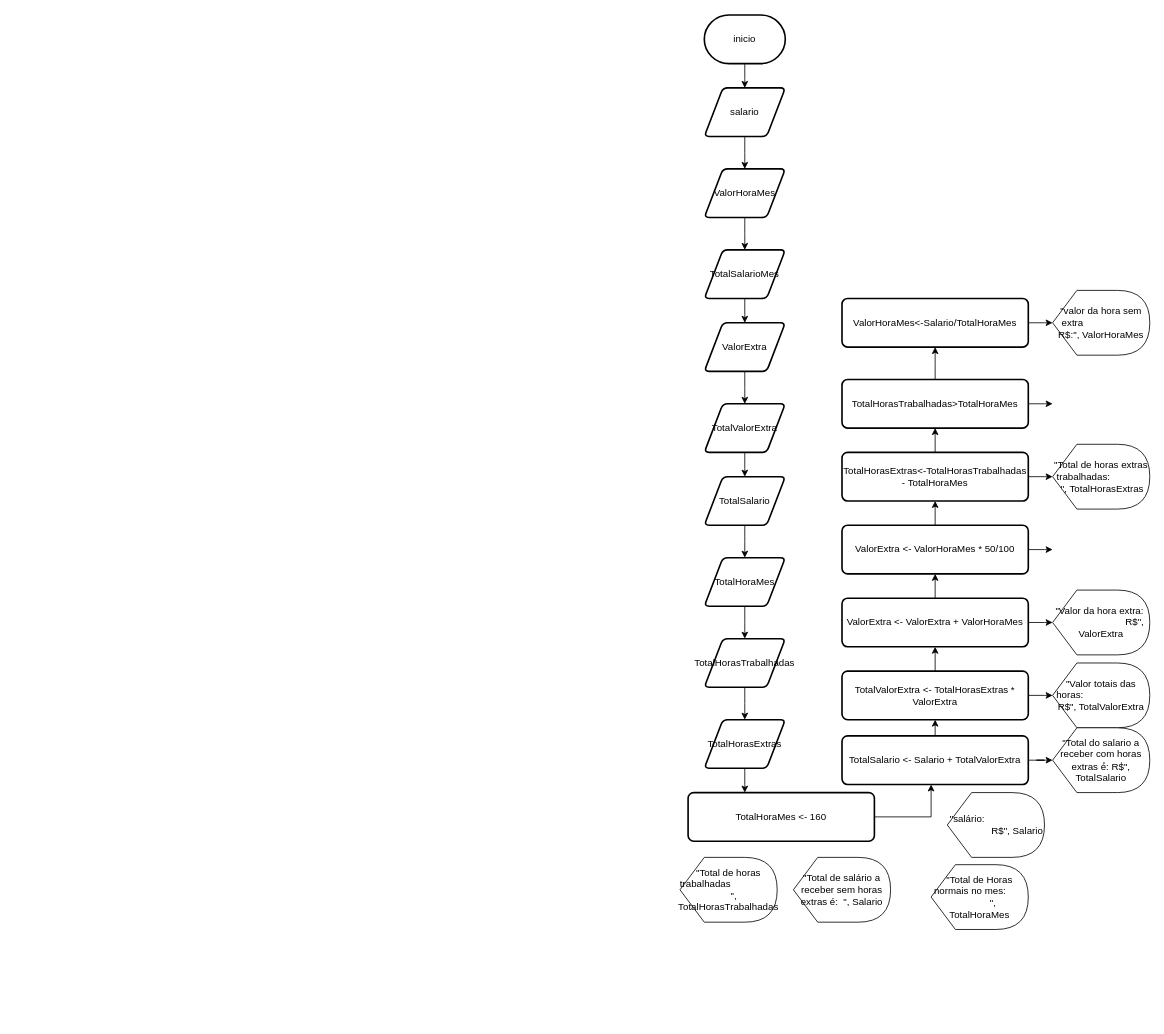
Before: 2ATVquestão8.drawio in MarcosWPinheiroM/php, a draw.io diagram. Source tidied: cells renumbered, new cells numbered last; positions are measured from the earlier drawing's top-left corner, leaving out a move shared by most shapes. Both pictures are drawn from the tidied source at 81%, with x=0, y=0 at pixel (680, 15).
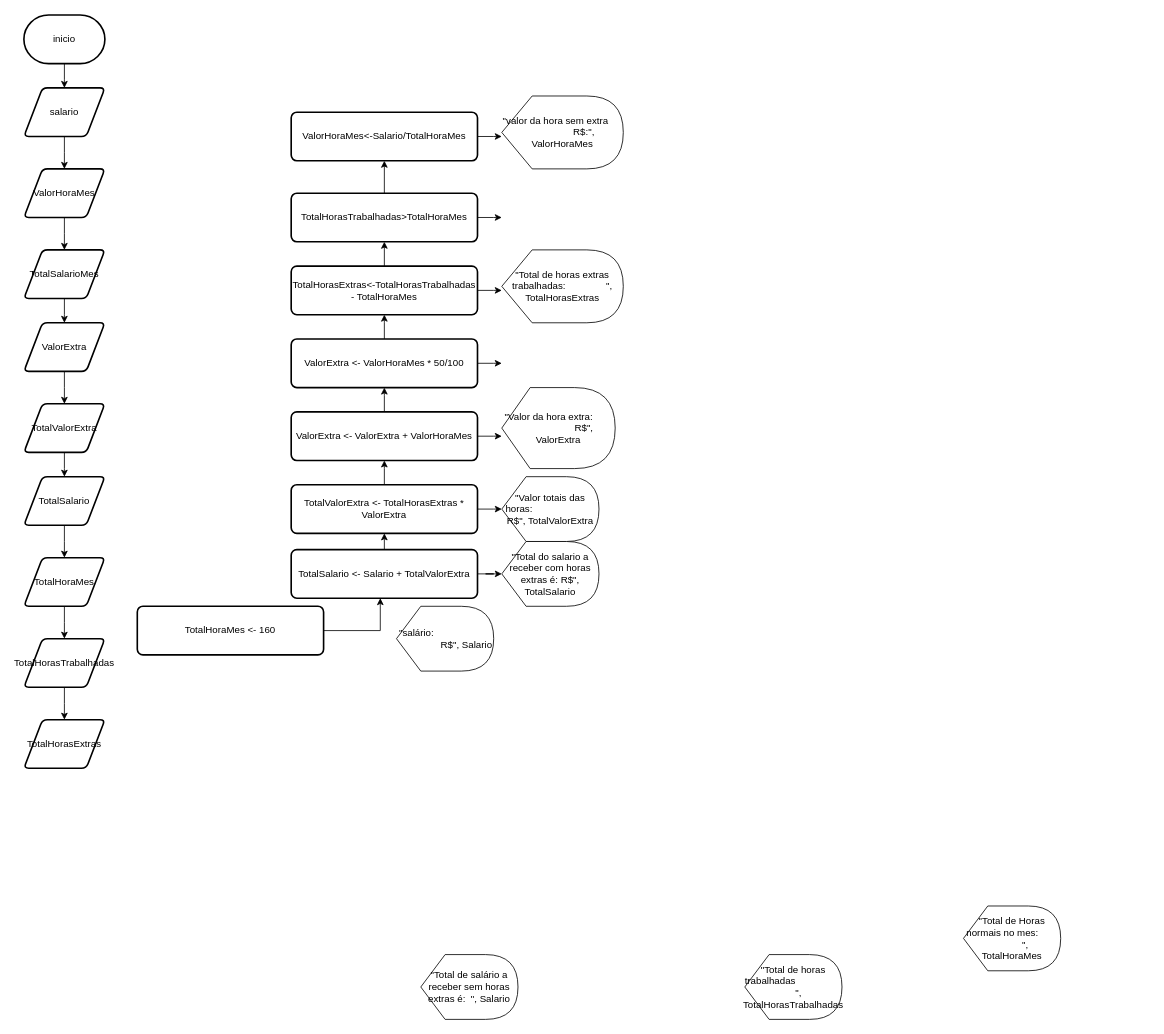
Above is the later version.

Change to the diagram source:
```diff
@@
     <mxCell id="2" style="edgeStyle=orthogonalEdgeStyle;rounded=0;jettySize=auto;html=1;" parent="1" edge="1" source="3">
       <mxGeometry relative="1" as="geometry">
-        <mxPoint x="80" y="90" as="targetPoint" />
+        <mxPoint x="-760" y="90" as="targetPoint" />
       </mxGeometry>
     </mxCell>
     <mxCell id="3" value="inicio" style="strokeWidth=2;html=1;shape=mxgraph.flowchart.terminator;whiteSpace=wrap;" parent="1" vertex="1">
-      <mxGeometry x="30" width="100" height="60" as="geometry" />
+      <mxGeometry x="-810" width="100" height="60" as="geometry" />
     </mxCell>
     <mxCell id="4" style="edgeStyle=orthogonalEdgeStyle;rounded=0;jettySize=auto;html=1;" parent="1" edge="1" source="5">
       <mxGeometry relative="1" as="geometry">
-        <mxPoint x="80" y="190" as="targetPoint" />
+        <mxPoint x="-760" y="190" as="targetPoint" />
       </mxGeometry>
     </mxCell>
     <mxCell id="5" value="salario" style="shape=parallelogram;html=1;strokeWidth=2;perimeter=parallelogramPerimeter;whiteSpace=wrap;rounded=1;arcSize=12;size=0.23;" parent="1" vertex="1">
-      <mxGeometry x="30" y="90" width="100" height="60" as="geometry" />
+      <mxGeometry x="-810" y="90" width="100" height="60" as="geometry" />
     </mxCell>
     <mxCell id="6" style="edgeStyle=orthogonalEdgeStyle;rounded=0;jettySize=auto;html=1;" parent="1" edge="1" source="7">
       <mxGeometry relative="1" as="geometry">
-        <mxPoint x="80" y="290" as="targetPoint" />
+        <mxPoint x="-760" y="290" as="targetPoint" />
       </mxGeometry>
     </mxCell>
     <mxCell id="7" value="ValorHoraMes" style="shape=parallelogram;html=1;strokeWidth=2;perimeter=parallelogramPerimeter;whiteSpace=wrap;rounded=1;arcSize=12;size=0.23;" parent="1" vertex="1">
-      <mxGeometry x="30" y="190" width="100" height="60" as="geometry" />
+      <mxGeometry x="-810" y="190" width="100" height="60" as="geometry" />
     </mxCell>
     <mxCell id="8" style="edgeStyle=orthogonalEdgeStyle;rounded=0;jettySize=auto;html=1;" parent="1" edge="1" source="9">
       <mxGeometry relative="1" as="geometry">
-        <mxPoint x="80" y="770" as="targetPoint" />
+        <mxPoint x="-760" y="770" as="targetPoint" />
       </mxGeometry>
     </mxCell>
     <mxCell id="9" value="TotalHoraMes" style="shape=parallelogram;html=1;strokeWidth=2;perimeter=parallelogramPerimeter;whiteSpace=wrap;rounded=1;arcSize=12;size=0.23;" parent="1" vertex="1">
-      <mxGeometry x="30" y="670" width="100" height="60" as="geometry" />
+      <mxGeometry x="-810" y="670" width="100" height="60" as="geometry" />
     </mxCell>
     <mxCell id="10" style="edgeStyle=orthogonalEdgeStyle;rounded=0;jettySize=auto;html=1;" parent="1" edge="1" source="11">
       <mxGeometry relative="1" as="geometry">
-        <mxPoint x="80" y="670" as="targetPoint" />
+        <mxPoint x="-760" y="670" as="targetPoint" />
       </mxGeometry>
     </mxCell>
     <mxCell id="11" value="TotalSalario" style="shape=parallelogram;html=1;strokeWidth=2;perimeter=parallelogramPerimeter;whiteSpace=wrap;rounded=1;arcSize=12;size=0.23;" parent="1" vertex="1">
-      <mxGeometry x="30" y="570" width="100" height="60" as="geometry" />
+      <mxGeometry x="-810" y="570" width="100" height="60" as="geometry" />
     </mxCell>
     <mxCell id="12" style="edgeStyle=orthogonalEdgeStyle;rounded=0;jettySize=auto;html=1;" parent="1" edge="1" source="13">
       <mxGeometry relative="1" as="geometry">
-        <mxPoint x="80" y="570" as="targetPoint" />
+        <mxPoint x="-760" y="570" as="targetPoint" />
       </mxGeometry>
     </mxCell>
     <mxCell id="13" value="TotalValorExtra" style="shape=parallelogram;html=1;strokeWidth=2;perimeter=parallelogramPerimeter;whiteSpace=wrap;rounded=1;arcSize=12;size=0.23;" parent="1" vertex="1">
-      <mxGeometry x="30" y="480" width="100" height="60" as="geometry" />
+      <mxGeometry x="-810" y="480" width="100" height="60" as="geometry" />
     </mxCell>
     <mxCell id="14" style="edgeStyle=orthogonalEdgeStyle;rounded=0;jettySize=auto;html=1;" parent="1" edge="1" source="15">
       <mxGeometry relative="1" as="geometry">
-        <mxPoint x="80" y="480" as="targetPoint" />
+        <mxPoint x="-760" y="480" as="targetPoint" />
       </mxGeometry>
     </mxCell>
     <mxCell id="15" value="ValorExtra" style="shape=parallelogram;html=1;strokeWidth=2;perimeter=parallelogramPerimeter;whiteSpace=wrap;rounded=1;arcSize=12;size=0.23;" parent="1" vertex="1">
-      <mxGeometry x="30" y="380" width="100" height="60" as="geometry" />
+      <mxGeometry x="-810" y="380" width="100" height="60" as="geometry" />
     </mxCell>
     <mxCell id="16" style="edgeStyle=orthogonalEdgeStyle;rounded=0;jettySize=auto;html=1;" parent="1" edge="1" source="17">
       <mxGeometry relative="1" as="geometry">
-        <mxPoint x="80" y="380" as="targetPoint" />
+        <mxPoint x="-760" y="380" as="targetPoint" />
       </mxGeometry>
     </mxCell>
     <mxCell id="17" value="TotalSalarioMes" style="shape=parallelogram;html=1;strokeWidth=2;perimeter=parallelogramPerimeter;whiteSpace=wrap;rounded=1;arcSize=12;size=0.23;" parent="1" vertex="1">
-      <mxGeometry x="30" y="290" width="100" height="60" as="geometry" />
+      <mxGeometry x="-810" y="290" width="100" height="60" as="geometry" />
     </mxCell>
     <mxCell id="18" style="edgeStyle=orthogonalEdgeStyle;rounded=0;jettySize=auto;html=1;" parent="1" edge="1" source="19">
       <mxGeometry relative="1" as="geometry">
-        <mxPoint x="80" y="870" as="targetPoint" />
+        <mxPoint x="-760" y="870" as="targetPoint" />
       </mxGeometry>
     </mxCell>
     <mxCell id="19" value="TotalHorasTrabalhadas" style="shape=parallelogram;html=1;strokeWidth=2;perimeter=parallelogramPerimeter;whiteSpace=wrap;rounded=1;arcSize=12;size=0.23;" parent="1" vertex="1">
-      <mxGeometry x="30" y="770" width="100" height="60" as="geometry" />
+      <mxGeometry x="-810" y="770" width="100" height="60" as="geometry" />
     </mxCell>
-    <mxCell id="20" style="edgeStyle=orthogonalEdgeStyle;rounded=0;jettySize=auto;html=1;" parent="1" edge="1" source="21">
-      <mxGeometry relative="1" as="geometry">
-        <mxPoint x="80" y="960" as="targetPoint" />
-      </mxGeometry>
-    </mxCell>
     <mxCell id="21" value="TotalHorasExtras" style="shape=parallelogram;html=1;strokeWidth=2;perimeter=parallelogramPerimeter;whiteSpace=wrap;rounded=1;arcSize=12;size=0.23;" parent="1" vertex="1">
-      <mxGeometry x="30" y="870" width="100" height="60" as="geometry" />
+      <mxGeometry x="-810" y="870" width="100" height="60" as="geometry" />
     </mxCell>
     <mxCell id="22" style="edgeStyle=orthogonalEdgeStyle;rounded=0;jettySize=auto;html=1;" parent="1" edge="1" source="23">
       <mxGeometry relative="1" as="geometry">
-        <mxPoint x="460" y="380" as="targetPoint" />
+        <mxPoint x="-220" y="150" as="targetPoint" />
       </mxGeometry>
     </mxCell>
     <mxCell id="23" value="ValorHoraMes&amp;lt;-Salario/TotalHoraMes" style="rounded=1;whiteSpace=wrap;html=1;absoluteArcSize=1;arcSize=14;strokeWidth=2;" parent="1" vertex="1">
-      <mxGeometry x="200" y="350" width="230" height="60" as="geometry" />
+      <mxGeometry x="-480" y="120" width="230" height="60" as="geometry" />
     </mxCell>
     <mxCell id="24" style="edgeStyle=orthogonalEdgeStyle;rounded=0;jettySize=auto;html=1;" parent="1" edge="1" source="26">
       <mxGeometry relative="1" as="geometry">
-        <mxPoint x="315" y="410" as="targetPoint" />
+        <mxPoint x="-365" y="180" as="targetPoint" />
       </mxGeometry>
     </mxCell>
     <mxCell id="25" style="edgeStyle=orthogonalEdgeStyle;rounded=0;jettySize=auto;html=1;" parent="1" edge="1" source="26">
       <mxGeometry relative="1" as="geometry">
-        <mxPoint x="460" y="480" as="targetPoint" />
+        <mxPoint x="-220" y="250" as="targetPoint" />
       </mxGeometry>
     </mxCell>
     <mxCell id="26" value="TotalHorasTrabalhadas&amp;gt;TotalHoraMes" style="rounded=1;whiteSpace=wrap;html=1;absoluteArcSize=1;arcSize=14;strokeWidth=2;" parent="1" vertex="1">
-      <mxGeometry x="200" y="450" width="230" height="60" as="geometry" />
+      <mxGeometry x="-480" y="220" width="230" height="60" as="geometry" />
     </mxCell>
     <mxCell id="27" style="edgeStyle=orthogonalEdgeStyle;rounded=0;jettySize=auto;html=1;" parent="1" edge="1" source="29">
       <mxGeometry relative="1" as="geometry">
-        <mxPoint x="315" y="510" as="targetPoint" />
+        <mxPoint x="-365" y="280" as="targetPoint" />
       </mxGeometry>
     </mxCell>
     <mxCell id="28" style="edgeStyle=orthogonalEdgeStyle;rounded=0;jettySize=auto;html=1;" parent="1" edge="1" source="29">
       <mxGeometry relative="1" as="geometry">
-        <mxPoint x="460" y="570" as="targetPoint" />
+        <mxPoint x="-220" y="340" as="targetPoint" />
       </mxGeometry>
     </mxCell>
     <mxCell id="29" value="TotalHorasExtras&amp;lt;-TotalHorasTrabalhadas - TotalHoraMes" style="rounded=1;whiteSpace=wrap;html=1;absoluteArcSize=1;arcSize=14;strokeWidth=2;" parent="1" vertex="1">
-      <mxGeometry x="200" y="540" width="230" height="60" as="geometry" />
+      <mxGeometry x="-480" y="310" width="230" height="60" as="geometry" />
     </mxCell>
     <mxCell id="30" style="edgeStyle=orthogonalEdgeStyle;rounded=0;jettySize=auto;html=1;" parent="1" edge="1" source="32">
       <mxGeometry relative="1" as="geometry">
-        <mxPoint x="315" y="600" as="targetPoint" />
+        <mxPoint x="-365" y="370" as="targetPoint" />
       </mxGeometry>
     </mxCell>
     <mxCell id="31" style="edgeStyle=orthogonalEdgeStyle;rounded=0;jettySize=auto;html=1;" parent="1" edge="1" source="32">
       <mxGeometry relative="1" as="geometry">
-        <mxPoint x="460" y="660" as="targetPoint" />
+        <mxPoint x="-220" y="430" as="targetPoint" />
       </mxGeometry>
     </mxCell>
     <mxCell id="32" value="ValorExtra &amp;lt;- ValorHoraMes * 50/100" style="rounded=1;whiteSpace=wrap;html=1;absoluteArcSize=1;arcSize=14;strokeWidth=2;" parent="1" vertex="1">
-      <mxGeometry x="200" y="630" width="230" height="60" as="geometry" />
+      <mxGeometry x="-480" y="400" width="230" height="60" as="geometry" />
     </mxCell>
     <mxCell id="33" style="edgeStyle=orthogonalEdgeStyle;rounded=0;jettySize=auto;html=1;" parent="1" edge="1" source="35">
       <mxGeometry relative="1" as="geometry">
-        <mxPoint x="315" y="690" as="targetPoint" />
+        <mxPoint x="-365" y="460" as="targetPoint" />
       </mxGeometry>
     </mxCell>
     <mxCell id="34" style="edgeStyle=orthogonalEdgeStyle;rounded=0;jettySize=auto;html=1;" parent="1" edge="1" source="35">
       <mxGeometry relative="1" as="geometry">
-        <mxPoint x="460" y="750" as="targetPoint" />
+        <mxPoint x="-220" y="520" as="targetPoint" />
       </mxGeometry>
     </mxCell>
     <mxCell id="35" value="ValorExtra &amp;lt;- ValorExtra + ValorHoraMes" style="rounded=1;whiteSpace=wrap;html=1;absoluteArcSize=1;arcSize=14;strokeWidth=2;" parent="1" vertex="1">
-      <mxGeometry x="200" y="720" width="230" height="60" as="geometry" />
+      <mxGeometry x="-480" y="490" width="230" height="60" as="geometry" />
     </mxCell>
     <mxCell id="36" style="edgeStyle=orthogonalEdgeStyle;rounded=0;jettySize=auto;html=1;" parent="1" edge="1" source="38">
       <mxGeometry relative="1" as="geometry">
-        <mxPoint x="315" y="780" as="targetPoint" />
+        <mxPoint x="-365" y="550" as="targetPoint" />
       </mxGeometry>
     </mxCell>
     <mxCell id="37" style="edgeStyle=orthogonalEdgeStyle;rounded=0;jettySize=auto;html=1;" parent="1" edge="1" source="38">
       <mxGeometry relative="1" as="geometry">
-        <mxPoint x="460" y="840" as="targetPoint" />
+        <mxPoint x="-220" y="610" as="targetPoint" />
       </mxGeometry>
     </mxCell>
     <mxCell id="38" value="TotalValorExtra &amp;lt;- TotalHorasExtras * ValorExtra" style="rounded=1;whiteSpace=wrap;html=1;absoluteArcSize=1;arcSize=14;strokeWidth=2;" parent="1" vertex="1">
-      <mxGeometry x="200" y="810" width="230" height="60" as="geometry" />
+      <mxGeometry x="-480" y="580" width="230" height="60" as="geometry" />
     </mxCell>
     <mxCell id="39" style="edgeStyle=orthogonalEdgeStyle;rounded=0;jettySize=auto;html=1;" parent="1" edge="1" source="41">
       <mxGeometry relative="1" as="geometry">
-        <mxPoint x="315" y="870" as="targetPoint" />
+        <mxPoint x="-365" y="640" as="targetPoint" />
       </mxGeometry>
     </mxCell>
@@
     <mxCell id="41" value="TotalSalario &amp;lt;- Salario + TotalValorExtra" style="rounded=1;whiteSpace=wrap;html=1;absoluteArcSize=1;arcSize=14;strokeWidth=2;" parent="1" vertex="1">
-      <mxGeometry x="200" y="890" width="230" height="60" as="geometry" />
+      <mxGeometry x="-480" y="660" width="230" height="60" as="geometry" />
     </mxCell>
     <mxCell id="42" value="&quot;Total de horas trabalhadas&amp;nbsp; &amp;nbsp; &amp;nbsp; &amp;nbsp; &amp;nbsp; &amp;nbsp; &amp;nbsp; &amp;nbsp; &amp;nbsp; &amp;nbsp; &amp;nbsp; &quot;, TotalHorasTrabalhadas" style="shape=display;whiteSpace=wrap;html=1;" parent="1" vertex="1">
-      <mxGeometry y="1040" width="120" height="80" as="geometry" />
+      <mxGeometry x="80" y="1160" width="120" height="80" as="geometry" />
     </mxCell>
     <mxCell id="43" value="&quot;Total de Horas normais no mes:&amp;nbsp; &amp;nbsp; &amp;nbsp; &amp;nbsp; &amp;nbsp; &amp;nbsp; &amp;nbsp; &amp;nbsp; &amp;nbsp; &quot;, TotalHoraMes" style="shape=display;whiteSpace=wrap;html=1;" parent="1" vertex="1">
-      <mxGeometry x="310" y="1049" width="120" height="80" as="geometry" />
+      <mxGeometry x="350" y="1100" width="120" height="80" as="geometry" />
     </mxCell>
     <mxCell id="44" value="&quot;valor da hora sem extra&amp;nbsp; &amp;nbsp; &amp;nbsp; &amp;nbsp; &amp;nbsp; &amp;nbsp; &amp;nbsp; &amp;nbsp; &amp;nbsp; &amp;nbsp; &amp;nbsp; R$:&quot;, ValorHoraMes" style="shape=display;whiteSpace=wrap;html=1;" parent="1" vertex="1">
-      <mxGeometry x="460" y="340" width="120" height="80" as="geometry" />
+      <mxGeometry x="-220" y="100" width="150" height="90" as="geometry" />
     </mxCell>
     <mxCell id="45" value="&quot;Total de salário a receber sem horas extras é:&amp;nbsp; &quot;, Salario" style="shape=display;whiteSpace=wrap;html=1;" parent="1" vertex="1">
-      <mxGeometry x="140" y="1040" width="120" height="80" as="geometry" />
+      <mxGeometry x="-320" y="1160" width="120" height="80" as="geometry" />
     </mxCell>
     <mxCell id="46" value="&quot;Total de horas extras trabalhadas:&amp;nbsp; &amp;nbsp; &amp;nbsp; &amp;nbsp; &amp;nbsp; &amp;nbsp; &amp;nbsp; &amp;nbsp;&quot;, TotalHorasExtras" style="shape=display;whiteSpace=wrap;html=1;" parent="1" vertex="1">
-      <mxGeometry x="460" y="530" width="120" height="80" as="geometry" />
+      <mxGeometry x="-220" y="290" width="150" height="90" as="geometry" />
     </mxCell>
     <mxCell id="47" value="&quot;Valor da hora extra:&amp;nbsp; &amp;nbsp; &amp;nbsp; &amp;nbsp; &amp;nbsp; &amp;nbsp; &amp;nbsp; &amp;nbsp; &amp;nbsp; &amp;nbsp; &amp;nbsp; &amp;nbsp; &amp;nbsp; &amp;nbsp;R$&quot;, ValorExtra" style="shape=display;whiteSpace=wrap;html=1;" parent="1" vertex="1">
-      <mxGeometry x="460" y="710" width="120" height="80" as="geometry" />
+      <mxGeometry x="-220" y="460" width="140" height="100" as="geometry" />
     </mxCell>
     <mxCell id="48" value="&quot;Valor totais das horas:&amp;nbsp; &amp;nbsp; &amp;nbsp; &amp;nbsp; &amp;nbsp; &amp;nbsp; &amp;nbsp; &amp;nbsp; &amp;nbsp; &amp;nbsp; &amp;nbsp; &amp;nbsp; R$&quot;, TotalValorExtra" style="shape=display;whiteSpace=wrap;html=1;" parent="1" vertex="1">
-      <mxGeometry x="460" y="800" width="120" height="80" as="geometry" />
+      <mxGeometry x="-220" y="570" width="120" height="80" as="geometry" />
     </mxCell>
     <mxCell id="49" value="&quot;Total do salario a receber com horas extras é: R$&quot;, TotalSalario" style="shape=display;whiteSpace=wrap;html=1;" parent="1" vertex="1">
-      <mxGeometry x="460" y="880" width="120" height="80" as="geometry" />
+      <mxGeometry x="-220" y="650" width="120" height="80" as="geometry" />
     </mxCell>
     <mxCell id="50" value="&quot;salário:&amp;nbsp; &amp;nbsp; &amp;nbsp; &amp;nbsp; &amp;nbsp; &amp;nbsp; &amp;nbsp; &amp;nbsp; &amp;nbsp; &amp;nbsp; &amp;nbsp; &amp;nbsp; &amp;nbsp; &amp;nbsp; &amp;nbsp; &amp;nbsp; &amp;nbsp; &amp;nbsp; &amp;nbsp; R$&quot;, Salario" style="shape=display;whiteSpace=wrap;html=1;" parent="1" vertex="1">
-      <mxGeometry x="330" y="960" width="120" height="80" as="geometry" />
+      <mxGeometry x="-350" y="730" width="120" height="80" as="geometry" />
     </mxCell>
     <mxCell id="51" style="edgeStyle=orthogonalEdgeStyle;rounded=0;jettySize=auto;html=1;exitX=1;exitY=0.5;exitDx=0;exitDy=0;" parent="1" edge="1" source="52">
       <mxGeometry relative="1" as="geometry">
-        <mxPoint x="310" y="950" as="targetPoint" />
+        <mxPoint x="-370" y="720" as="targetPoint" />
         <Array as="points">
-          <mxPoint x="310" y="990" />
+          <mxPoint x="-370" y="760" />
         </Array>
       </mxGeometry>
     </mxCell>
     <mxCell id="52" value="TotalHoraMes &amp;lt;- 160" style="rounded=1;whiteSpace=wrap;html=1;absoluteArcSize=1;arcSize=14;strokeWidth=2;" parent="1" vertex="1">
-      <mxGeometry x="10" y="960" width="230" height="60" as="geometry" />
+      <mxGeometry x="-670" y="730" width="230" height="60" as="geometry" />
     </mxCell>
```
